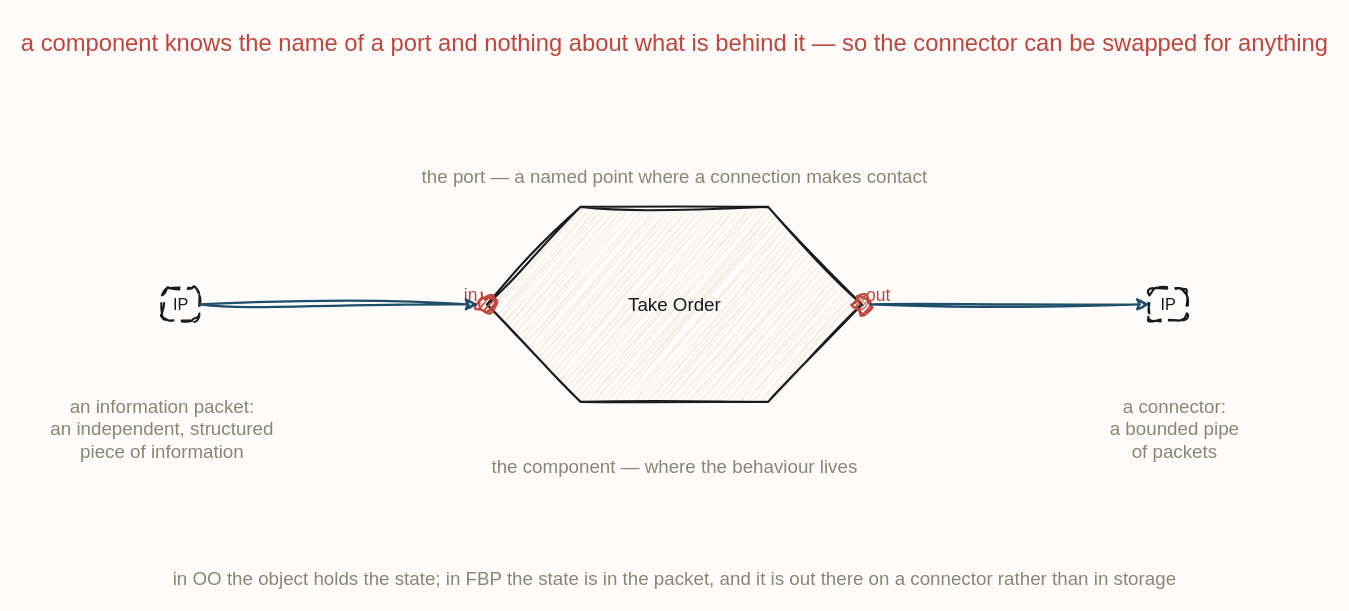
Before: resources/flow-fbp-component.drawio in iancooper/practical-messaging, a draw.io diagram. Source tidied: cells renumbered, new cells numbered last; positions are measured from the earlier drawing's top-left corner, leaving out a move shared by most shapes. Both pictures are drawn from the tidied source at 125%, with x=0, y=0 at pixel (86, 21).
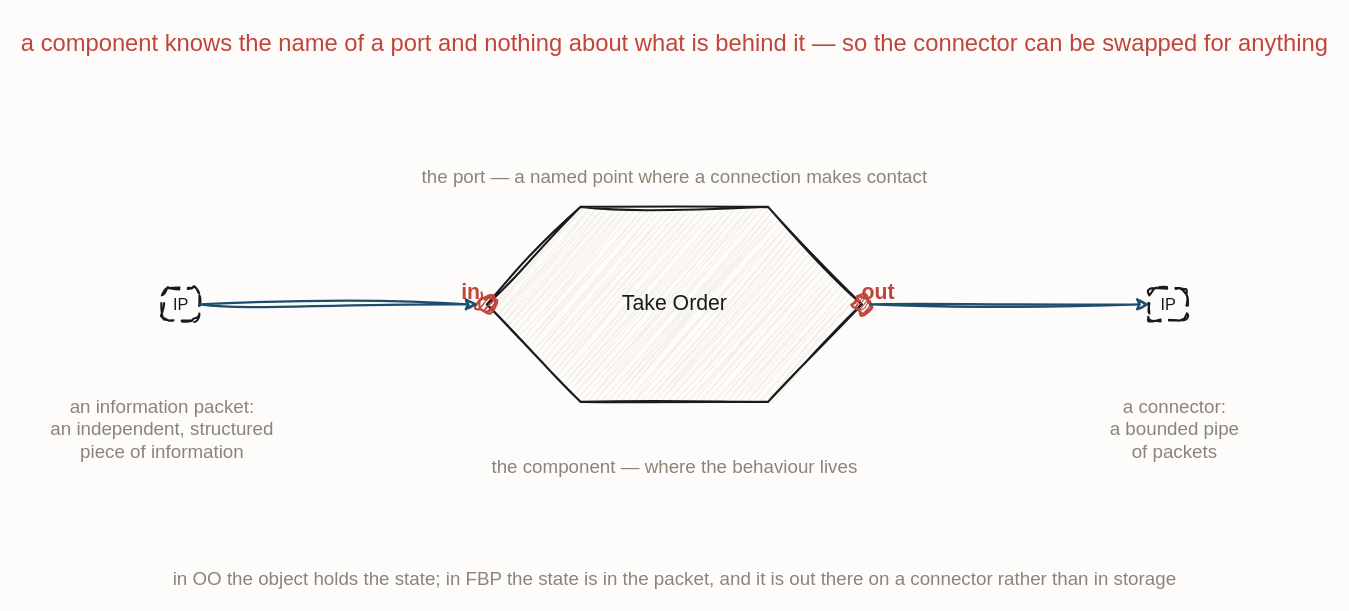
After the change.

What changed in the source:
```diff
@@
 <mxGraphModel background="#FDFCFA">
   <root>
     <mxCell id="0" />
     <mxCell id="1" parent="0" />
     <mxCell id="2" value="a component knows the name of a port and nothing about what is behind it — so the connector can be swapped for anything" style="text;html=1;align=center;fontFamily=Caveat;fontSize=19;fontColor=#C0453B;" parent="1" vertex="1">
       <mxGeometry x="410" width="120" height="20" as="geometry" />
     </mxCell>
-    <mxCell id="3" value="Take Order" style="sketch=1;hachureGap=4;jiggle=2;curveFitting=1;fontFamily=Caveat;html=1;shape=hexagon;perimeter=hexagonPerimeter2;strokeColor=#181B1F;strokeWidth=1.7;fillColor=#F3EFE6;fontColor=#181B1F;fontSize=15;" parent="1" vertex="1">
+    <mxCell id="3" value="Take Order" style="sketch=1;hachureGap=4;jiggle=2;curveFitting=1;fontFamily=Caveat;html=1;shape=hexagon;perimeter=hexagonPerimeter2;strokeColor=#181B1F;strokeWidth=1.7;fillColor=#F3EFE6;fontColor=#181B1F;fontSize=17;" parent="1" vertex="1">
       <mxGeometry x="320" y="148" width="300" height="156" as="geometry" />
     </mxCell>
     <mxCell id="4" style="sketch=1;hachureGap=4;jiggle=2;curveFitting=1;fontFamily=Caveat;html=1;ellipse;verticalLabelPosition=bottom;verticalAlign=top;strokeColor=#C0453B;strokeWidth=1.7;fillColor=#C0453B;fontColor=#C0453B;fontSize=14;" parent="1" vertex="1">
       <mxGeometry x="313" y="219" width="14" height="14" as="geometry" />
     </mxCell>
-    <mxCell id="5" value="in" style="text;html=1;align=center;fontFamily=Caveat;fontSize=14;fontColor=#C0453B;" parent="1" vertex="1">
-      <mxGeometry x="247" y="204" width="120" height="20" as="geometry" />
+    <mxCell id="5" value="in" style="text;html=1;align=center;fontFamily=Caveat;fontSize=17;fontColor=#C0453B;fontStyle=1;" parent="1" vertex="1">
+      <mxGeometry x="247" y="200" width="120" height="20" as="geometry" />
     </mxCell>
     <mxCell id="6" style="sketch=1;hachureGap=4;jiggle=2;curveFitting=1;fontFamily=Caveat;html=1;ellipse;verticalLabelPosition=bottom;verticalAlign=top;strokeColor=#C0453B;strokeWidth=1.7;fillColor=#C0453B;fontColor=#C0453B;fontSize=14;" parent="1" vertex="1">
       <mxGeometry x="613" y="219" width="14" height="14" as="geometry" />
     </mxCell>
-    <mxCell id="7" value="out" style="text;html=1;align=center;fontFamily=Caveat;fontSize=14;fontColor=#C0453B;" parent="1" vertex="1">
-      <mxGeometry x="573" y="204" width="120" height="20" as="geometry" />
+    <mxCell id="7" value="out" style="text;html=1;align=center;fontFamily=Caveat;fontSize=17;fontColor=#C0453B;fontStyle=1;" parent="1" vertex="1">
+      <mxGeometry x="573" y="200" width="120" height="20" as="geometry" />
     </mxCell>
     <mxCell id="8" value="IP" style="sketch=1;hachureGap=4;jiggle=2;curveFitting=1;fontFamily=Caveat;html=1;rounded=1;arcSize=22;dashed=1;dashPattern=5 4;strokeColor=#181B1F;strokeWidth=1.7;fillColor=#FDFCFA;fontColor=#181B1F;fontSize=13;" parent="1" vertex="1">
       <mxGeometry x="60" y="213" width="30" height="26" as="geometry" />
     </mxCell>
     <mxCell id="9" value="IP" style="sketch=1;hachureGap=4;jiggle=2;curveFitting=1;fontFamily=Caveat;html=1;rounded=1;arcSize=22;dashed=1;dashPattern=5 4;strokeColor=#181B1F;strokeWidth=1.7;fillColor=#FDFCFA;fontColor=#181B1F;fontSize=13;" parent="1" vertex="1">
       <mxGeometry x="850" y="213" width="30" height="26" as="geometry" />
     </mxCell>
     <mxCell id="10" value="the component — where the behaviour lives" style="text;html=1;align=center;fontFamily=Caveat;fontSize=15;fontColor=#8A8578;" parent="1" vertex="1">
       <mxGeometry x="410" y="340" width="120" height="20" as="geometry" />
     </mxCell>
     <mxCell id="11" value="an information packet:&#10;an independent, structured&#10;piece of information" style="text;html=1;align=center;fontFamily=Caveat;fontSize=15;fontColor=#8A8578;" parent="1" vertex="1">
       <mxGeometry y="292" width="120" height="20" as="geometry" />
     </mxCell>
     <mxCell id="12" value="a connector:&#10;a bounded pipe&#10;of packets" style="text;html=1;align=center;fontFamily=Caveat;fontSize=15;fontColor=#8A8578;" parent="1" vertex="1">
       <mxGeometry x="810" y="292" width="120" height="20" as="geometry" />
     </mxCell>
     <mxCell id="13" value="the port — a named point where a connection makes contact" style="text;html=1;align=center;fontFamily=Caveat;fontSize=15;fontColor=#8A8578;" parent="1" vertex="1">
       <mxGeometry x="410" y="108" width="120" height="20" as="geometry" />
     </mxCell>
     <mxCell id="14" value="in OO the object holds the state; in FBP the state is in the packet, and it is out there on a connector rather than in storage" style="text;html=1;align=center;fontFamily=Caveat;fontSize=15;fontColor=#8A8578;" parent="1" vertex="1">
       <mxGeometry x="410" y="430" width="120" height="20" as="geometry" />
     </mxCell>
     <mxCell id="15" style="sketch=1;jiggle=2;curveFitting=1;edgeStyle=none;rounded=0;strokeColor=#1D4E6B;strokeWidth=1.8;fontFamily=Caveat;fontSize=15;fontColor=#1D4E6B;html=1;exitX=1.0;exitY=0.5;exitDx=0;exitDy=0;entryX=0.0;entryY=0.5;entryDx=0;entryDy=0;" parent="1" edge="1" source="8" target="4">
       <mxGeometry relative="1" as="geometry" />
     </mxCell>
     <mxCell id="16" style="sketch=1;jiggle=2;curveFitting=1;edgeStyle=none;rounded=0;strokeColor=#1D4E6B;strokeWidth=1.8;fontFamily=Caveat;fontSize=15;fontColor=#1D4E6B;html=1;exitX=1.0;exitY=0.5;exitDx=0;exitDy=0;entryX=0.0;entryY=0.5;entryDx=0;entryDy=0;" parent="1" edge="1" source="6" target="9">
       <mxGeometry relative="1" as="geometry" />
     </mxCell>
   </root>
 </mxGraphModel>
```
